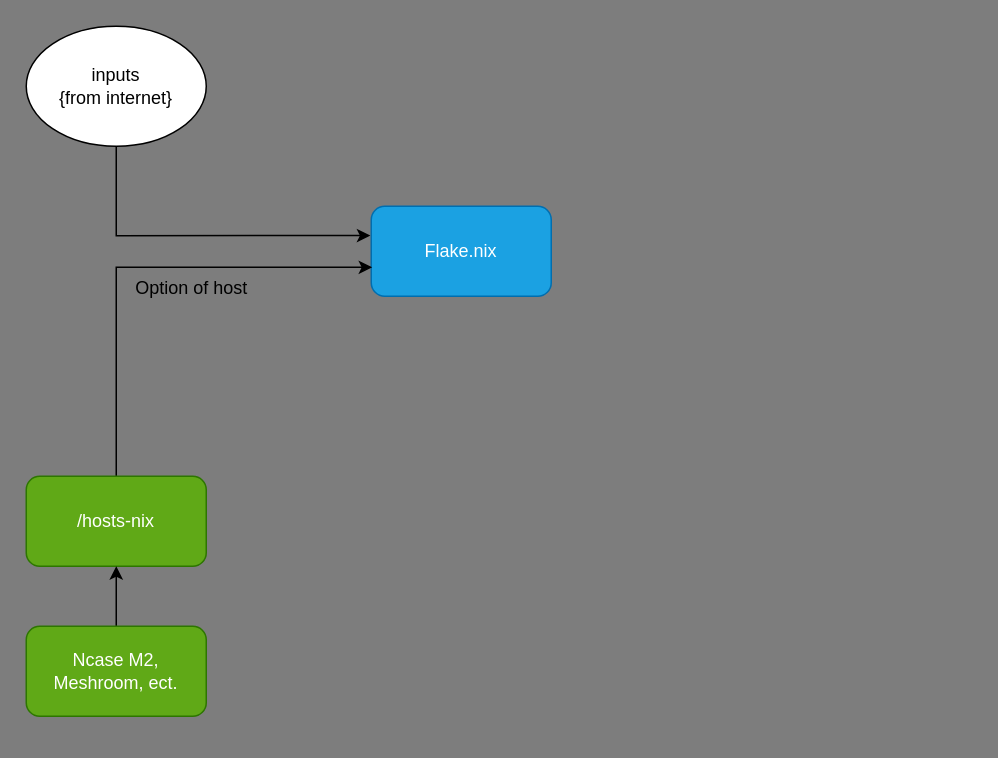
Before: Configuration Map.drawio in SpiritOfYoink/dotfiles, a draw.io diagram. Source tidied: cells renumbered, new cells numbered last; positions are measured from the earlier drawing's top-left corner, leaving out a move shared by most shapes. Both pictures are drawn from the tidied source at 150%, with x=0, y=0 at pixel (26, 26).
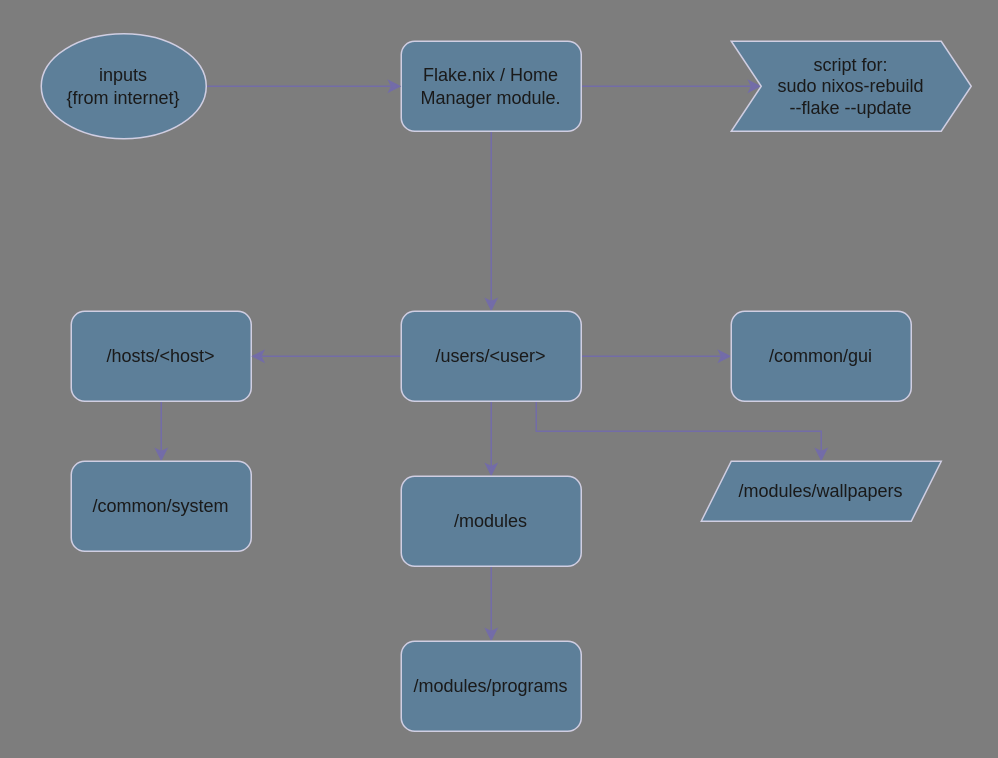
The same diagram, later.

The edit, as a diff of the source:
```diff
@@
-<mxGraphModel background="light-dark(#7D7D7D,#000000)">
+<mxGraphModel background="light-dark(#7D7D7D,#4D4D4D)">
@@
+    <mxCell id="10" style="edgeStyle=orthogonalEdgeStyle;rounded=0;jettySize=auto;html=1;exitX=0.5;exitY=1;exitDx=0;exitDy=0;labelBackgroundColor=none;strokeColor=#736CA8;fontColor=default;" parent="1" edge="1" source="2" target="18">
+      <mxGeometry relative="1" as="geometry" />
+    </mxCell>
+    <mxCell id="11" style="edgeStyle=orthogonalEdgeStyle;rounded=0;jettySize=auto;html=1;exitX=1;exitY=0.5;exitDx=0;exitDy=0;entryX=0;entryY=0.5;entryDx=0;entryDy=0;strokeColor=#736CA8;fontColor=#1A1A1A;" parent="1" edge="1" source="2" target="13">
+      <mxGeometry relative="1" as="geometry" />
+    </mxCell>
-    <mxCell id="2" value="Flake.nix" style="rounded=1;whiteSpace=wrap;html=1;fillColor=#1ba1e2;fontColor=#ffffff;strokeColor=#006EAF;" parent="1" vertex="1">
-      <mxGeometry x="230" y="120" width="120" height="60" as="geometry" />
+    <mxCell id="2" value="Flake.nix / Home Manager module." style="rounded=1;whiteSpace=wrap;html=1;fillColor=#5D7F99;fontColor=#1A1A1A;strokeColor=#D0CEE2;labelBackgroundColor=none;" parent="1" vertex="1">
+      <mxGeometry x="250" y="10" width="120" height="60" as="geometry" />
     </mxCell>
-    <mxCell id="3" style="edgeStyle=orthogonalEdgeStyle;rounded=0;jettySize=auto;html=1;entryX=-0.005;entryY=0.326;entryDx=0;entryDy=0;exitX=0.5;exitY=1;exitDx=0;exitDy=0;entryPerimeter=0;" parent="1" edge="1" source="4" target="2">
-      <mxGeometry relative="1" as="geometry">
-        <Array as="points">
-          <mxPoint x="60" y="140" />
-          <mxPoint x="229" y="140" />
-        </Array>
-      </mxGeometry>
+    <mxCell id="3" style="edgeStyle=orthogonalEdgeStyle;rounded=0;jettySize=auto;html=1;exitX=1;exitY=0.5;exitDx=0;exitDy=0;entryX=0;entryY=0.5;entryDx=0;entryDy=0;strokeColor=#736CA8;fontColor=#1A1A1A;" parent="1" edge="1" source="4" target="2">
+      <mxGeometry relative="1" as="geometry" />
     </mxCell>
-    <mxCell id="4" value="inputs&lt;div&gt;{from internet}&lt;/div&gt;" style="ellipse;whiteSpace=wrap;html=1;fillColor=light-dark(#FFFFFF,#5C5C5C);" parent="1" vertex="1">
-      <mxGeometry width="120" height="80" as="geometry" />
+    <mxCell id="4" value="inputs&lt;div&gt;{from internet}&lt;/div&gt;" style="ellipse;whiteSpace=wrap;html=1;fillColor=#5D7F99;labelBackgroundColor=none;strokeColor=#D0CEE2;fontColor=#1A1A1A;" parent="1" vertex="1">
+      <mxGeometry x="10" y="5" width="110" height="70" as="geometry" />
     </mxCell>
-    <mxCell id="5" style="edgeStyle=orthogonalEdgeStyle;rounded=0;jettySize=auto;html=1;exitX=0.5;exitY=0;exitDx=0;exitDy=0;entryX=0.005;entryY=0.679;entryDx=0;entryDy=0;entryPerimeter=0;" parent="1" edge="1" source="6" target="2">
-      <mxGeometry relative="1" as="geometry">
-        <Array as="points">
-          <mxPoint x="60" y="161" />
-        </Array>
-      </mxGeometry>
-    </mxCell>
+    <mxCell id="12" style="edgeStyle=orthogonalEdgeStyle;rounded=0;jettySize=auto;html=1;exitX=0.5;exitY=1;exitDx=0;exitDy=0;labelBackgroundColor=none;strokeColor=#736CA8;fontColor=default;" parent="1" edge="1" source="6" target="9">
+      <mxGeometry relative="1" as="geometry" />
+    </mxCell>
-    <mxCell id="6" value="/hosts-nix" style="rounded=1;whiteSpace=wrap;html=1;fillColor=#60a917;fontColor=#ffffff;strokeColor=#2D7600;" parent="1" vertex="1">
-      <mxGeometry y="300" width="120" height="60" as="geometry" />
+    <mxCell id="6" value="/hosts/&amp;lt;host&amp;gt;" style="rounded=1;whiteSpace=wrap;html=1;fillColor=#5D7F99;fontColor=#1A1A1A;strokeColor=#D0CEE2;labelBackgroundColor=none;" parent="1" vertex="1">
+      <mxGeometry x="30" y="190" width="120" height="60" as="geometry" />
     </mxCell>
-    <mxCell id="7" value="Option of host" style="text;html=1;align=center;verticalAlign=middle;strokeColor=none;fillColor=none;" parent="1" vertex="1">
-      <mxGeometry x="60" y="160" width="100" height="30" as="geometry" />
-    </mxCell>
-    <mxCell id="8" style="edgeStyle=orthogonalEdgeStyle;rounded=0;jettySize=auto;html=1;exitX=0.5;exitY=0;exitDx=0;exitDy=0;entryX=0.5;entryY=1;entryDx=0;entryDy=0;" parent="1" edge="1" source="9" target="6">
-      <mxGeometry relative="1" as="geometry" />
-    </mxCell>
-    <mxCell id="9" value="Ncase M2, Meshroom, ect." style="rounded=1;whiteSpace=wrap;html=1;fillColor=#60a917;fontColor=#ffffff;strokeColor=#2D7600;" parent="1" vertex="1">
-      <mxGeometry y="400" width="120" height="60" as="geometry" />
+    <mxCell id="9" value="/common/system" style="rounded=1;whiteSpace=wrap;html=1;fillColor=#5D7F99;fontColor=#1A1A1A;strokeColor=#D0CEE2;labelBackgroundColor=none;" parent="1" vertex="1">
+      <mxGeometry x="30" y="290" width="120" height="60" as="geometry" />
     </mxCell>
+    <mxCell id="13" value="&lt;div&gt;script for:&lt;/div&gt;sudo nixos-rebuild&lt;div&gt;--flake --update&lt;/div&gt;" style="shape=step;perimeter=stepPerimeter;whiteSpace=wrap;html=1;fixedSize=1;fillColor=#5D7F99;fontColor=#1A1A1A;strokeColor=#D0CEE2;labelBackgroundColor=none;" parent="1" vertex="1">
+      <mxGeometry x="470" y="10" width="160" height="60" as="geometry" />
+    </mxCell>
+    <mxCell id="14" style="edgeStyle=orthogonalEdgeStyle;rounded=0;jettySize=auto;html=1;exitX=0;exitY=0.5;exitDx=0;exitDy=0;entryX=1;entryY=0.5;entryDx=0;entryDy=0;labelBackgroundColor=none;strokeColor=#736CA8;fontColor=default;" parent="1" edge="1" source="18" target="6">
+      <mxGeometry relative="1" as="geometry" />
+    </mxCell>
+    <mxCell id="15" style="edgeStyle=orthogonalEdgeStyle;rounded=0;jettySize=auto;html=1;exitX=1;exitY=0.5;exitDx=0;exitDy=0;entryX=0;entryY=0.5;entryDx=0;entryDy=0;strokeColor=#736CA8;fontColor=#1A1A1A;" parent="1" edge="1" source="18" target="19">
+      <mxGeometry relative="1" as="geometry" />
+    </mxCell>
+    <mxCell id="16" style="edgeStyle=orthogonalEdgeStyle;rounded=0;jettySize=auto;html=1;exitX=0.5;exitY=1;exitDx=0;exitDy=0;entryX=0.5;entryY=0;entryDx=0;entryDy=0;strokeColor=#736CA8;fontColor=#1A1A1A;" parent="1" edge="1" source="18" target="21">
+      <mxGeometry relative="1" as="geometry" />
+    </mxCell>
+    <mxCell id="17" style="edgeStyle=orthogonalEdgeStyle;rounded=0;jettySize=auto;html=1;exitX=0.75;exitY=1;exitDx=0;exitDy=0;strokeColor=#736CA8;fontColor=#1A1A1A;entryX=0.5;entryY=0;entryDx=0;entryDy=0;" parent="1" edge="1" source="18" target="23">
+      <mxGeometry relative="1" as="geometry" />
+    </mxCell>
+    <mxCell id="18" value="/users/&amp;lt;user&amp;gt;" style="rounded=1;whiteSpace=wrap;html=1;fillColor=#5D7F99;fontColor=#1A1A1A;strokeColor=#D0CEE2;labelBackgroundColor=none;" parent="1" vertex="1">
+      <mxGeometry x="250" y="190" width="120" height="60" as="geometry" />
+    </mxCell>
+    <mxCell id="19" value="/common/gui" style="rounded=1;whiteSpace=wrap;html=1;strokeColor=#D0CEE2;fontColor=#1A1A1A;fillColor=#5D7F99;" parent="1" vertex="1">
+      <mxGeometry x="470" y="190" width="120" height="60" as="geometry" />
+    </mxCell>
+    <mxCell id="20" style="edgeStyle=orthogonalEdgeStyle;rounded=0;jettySize=auto;html=1;exitX=0.5;exitY=1;exitDx=0;exitDy=0;entryX=0.5;entryY=0;entryDx=0;entryDy=0;strokeColor=#736CA8;fontColor=#1A1A1A;" parent="1" edge="1" source="21" target="22">
+      <mxGeometry relative="1" as="geometry" />
+    </mxCell>
+    <mxCell id="21" value="/modules" style="rounded=1;whiteSpace=wrap;html=1;strokeColor=#D0CEE2;fontColor=#1A1A1A;fillColor=#5D7F99;" parent="1" vertex="1">
+      <mxGeometry x="250" y="300" width="120" height="60" as="geometry" />
+    </mxCell>
+    <mxCell id="22" value="/modules/programs" style="rounded=1;whiteSpace=wrap;html=1;strokeColor=#D0CEE2;fontColor=#1A1A1A;fillColor=#5D7F99;" parent="1" vertex="1">
+      <mxGeometry x="250" y="410" width="120" height="60" as="geometry" />
+    </mxCell>
+    <mxCell id="23" value="/modules/wallpapers" style="shape=parallelogram;perimeter=parallelogramPerimeter;whiteSpace=wrap;html=1;fixedSize=1;strokeColor=#D0CEE2;fontColor=#1A1A1A;fillColor=#5D7F99;" parent="1" vertex="1">
+      <mxGeometry x="450" y="290" width="160" height="40" as="geometry" />
+    </mxCell>
```
